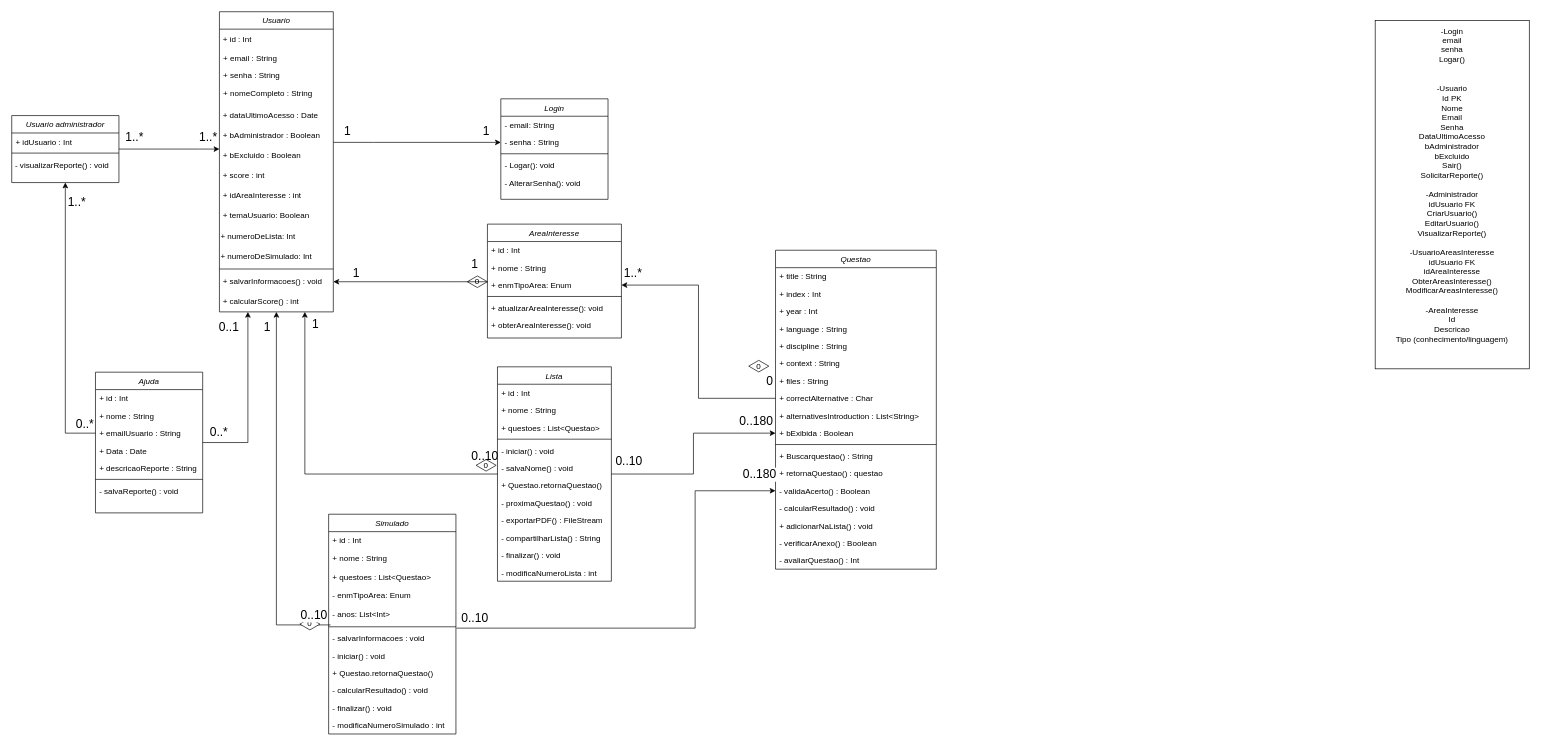
Earlier version of the draw.io diagram QENEM UML Diagram.drawio (augustorazani/QENEM-UML-Diagram). Source tidied: cells renumbered, new cells numbered last; positions are measured from the earlier drawing's top-left corner, leaving out a move shared by most shapes. Both pictures are drawn from the tidied source at 67%, with x=0, y=0 at pixel (11, 11).
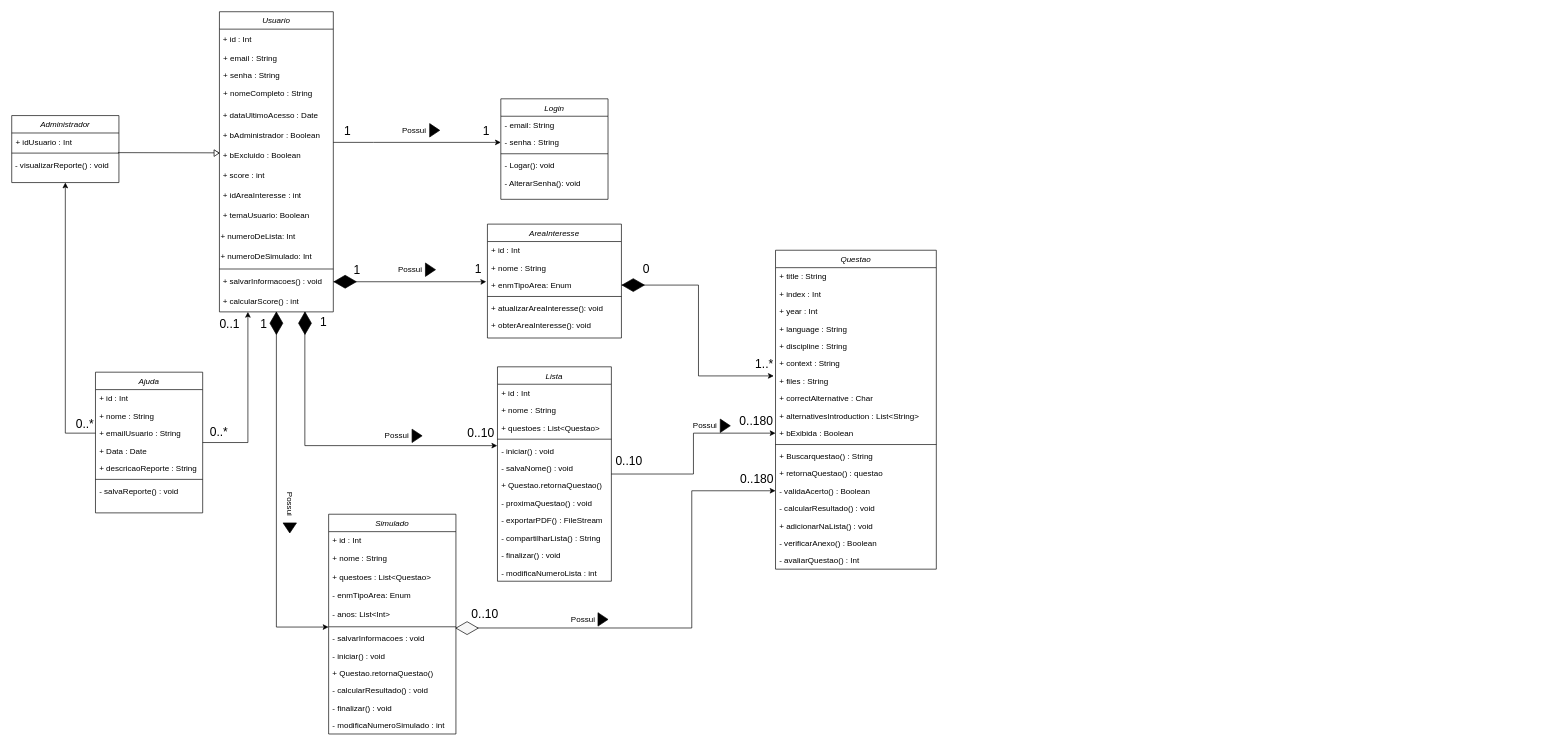
After the change.

The change refers to these unchanged cells:
```xml
<mxCell id="11" value="&amp;nbsp;+ bExcluido : Boolean" style="text;html=1;align=left;verticalAlign=middle;whiteSpace=wrap;rounded=0;" parent="4" vertex="1">
  <mxGeometry y="200" width="170" height="30" as="geometry" />
</mxCell>
<mxCell id="18" value="&amp;nbsp;+ salvarInformacoes() : void" style="text;strokeColor=none;align=left;fillColor=none;html=1;verticalAlign=middle;whiteSpace=wrap;rounded=0;" parent="4" vertex="1">
  <mxGeometry y="388" width="170" height="30" as="geometry" />
</mxCell>
<mxCell id="19" value="&amp;nbsp;+ calcularScore() : int" style="text;strokeColor=none;align=left;fillColor=none;html=1;verticalAlign=middle;whiteSpace=wrap;rounded=0;" parent="4" vertex="1">
  <mxGeometry y="418" width="170" height="30" as="geometry" />
</mxCell>
<mxCell id="30" style="line;html=1;strokeWidth=1;align=left;verticalAlign=middle;spacingTop=-1;spacingLeft=3;spacingRight=3;labelPosition=right;points=[];portConstraint=eastwest;" parent="28" vertex="1">
  <mxGeometry y="52" width="160" height="8" as="geometry" />
</mxCell>
<mxCell id="38" value="Lista" style="swimlane;fontStyle=2;align=center;verticalAlign=top;horizontal=1;startSize=26;rounded=0;shadow=0;strokeWidth=1;" parent="1" vertex="1">
  <mxGeometry x="725" y="530" width="170" height="320" as="geometry" />
</mxCell>
<mxCell id="43" value="- iniciar() : void" style="text;align=left;verticalAlign=top;spacingLeft=4;spacingRight=4;overflow=hidden;points=[[0,0.5],[1,0.5]];portConstraint=eastwest;" parent="38" vertex="1">
  <mxGeometry y="112" width="170" height="26" as="geometry" />
</mxCell>
<mxCell id="58" value="- anos: List&lt;Int&gt;" style="text;align=left;verticalAlign=top;spacingLeft=4;spacingRight=4;overflow=hidden;points=[[0,0.5],[1,0.5]];portConstraint=eastwest;rounded=0;shadow=0;html=0;" parent="53" vertex="1">
  <mxGeometry y="136" width="190" height="28" as="geometry" />
</mxCell>
<mxCell id="60" value="- salvarInformacoes : void" style="text;align=left;verticalAlign=top;spacingLeft=4;spacingRight=4;overflow=hidden;points=[[0,0.5],[1,0.5]];portConstraint=eastwest;" parent="53" vertex="1">
  <mxGeometry y="172" width="190" height="26" as="geometry" />
</mxCell>
<mxCell id="73" value="+ files : String" style="text;align=left;verticalAlign=top;spacingLeft=4;spacingRight=4;overflow=hidden;points=[[0,0.5],[1,0.5]];portConstraint=eastwest;rounded=0;shadow=0;html=0;" parent="66" vertex="1">
  <mxGeometry y="182" width="240" height="26" as="geometry" />
</mxCell>
<mxCell id="74" value="+ correctAlternative : Char" style="text;align=left;verticalAlign=top;spacingLeft=4;spacingRight=4;overflow=hidden;points=[[0,0.5],[1,0.5]];portConstraint=eastwest;rounded=0;shadow=0;html=0;" parent="66" vertex="1">
  <mxGeometry y="208" width="240" height="26" as="geometry" />
</mxCell>
<mxCell id="80" value="- validaAcerto() : Boolean" style="text;align=left;verticalAlign=top;spacingLeft=4;spacingRight=4;overflow=hidden;points=[[0,0.5],[1,0.5]];portConstraint=eastwest;" parent="66" vertex="1">
  <mxGeometry y="346" width="240" height="26" as="geometry" />
</mxCell>
<mxCell id="88" value="+ enmTipoArea: Enum" style="text;align=left;verticalAlign=top;spacingLeft=4;spacingRight=4;overflow=hidden;points=[[0,0.5],[1,0.5]];portConstraint=eastwest;rounded=0;shadow=0;html=0;" parent="85" vertex="1">
  <mxGeometry y="78" width="200" height="26" as="geometry" />
</mxCell>
```

Diff of the diagram source:
```diff
@@
-    <mxCell id="26" value="&lt;div&gt;-Login&lt;/div&gt;&lt;div&gt;email&lt;/div&gt;&lt;div&gt;senha&lt;/div&gt;&lt;div&gt;Logar()&lt;/div&gt;&lt;div&gt;&lt;br&gt;&lt;/div&gt;&lt;div&gt;&lt;br&gt;&lt;/div&gt;&lt;div&gt;-Usuario&lt;/div&gt;&lt;div&gt;Id PK&lt;/div&gt;&lt;div&gt;Nome&lt;/div&gt;&lt;div&gt;Email&lt;/div&gt;&lt;div&gt;Senha&lt;/div&gt;&lt;div&gt;DataUltimoAcesso&lt;/div&gt;&lt;div&gt;bAdministrador&lt;/div&gt;&lt;div&gt;bExcluido&lt;/div&gt;&lt;div&gt;Sair()&lt;/div&gt;&lt;div&gt;SolicitarReporte()&lt;/div&gt;&lt;div&gt;&lt;br&gt;&lt;/div&gt;&lt;div&gt;-Administrador&lt;/div&gt;&lt;div&gt;idUsuario FK&lt;/div&gt;&lt;div&gt;CriarUsuario()&lt;/div&gt;&lt;div&gt;EditarUsuario()&lt;/div&gt;&lt;div&gt;VisualizarReporte()&lt;/div&gt;&lt;div&gt;&lt;br&gt;&lt;/div&gt;&lt;div&gt;-UsuarioAreasInteresse&lt;/div&gt;&lt;div&gt;idUsuario FK&lt;/div&gt;&lt;div&gt;idAreaInteresse&lt;/div&gt;&lt;div&gt;ObterAreasInteresse()&lt;/div&gt;&lt;div&gt;ModificarAreasInteresse()&lt;/div&gt;&lt;div&gt;&lt;br&gt;&lt;/div&gt;&lt;div&gt;-AreaInteresse&lt;/div&gt;&lt;div&gt;Id&lt;/div&gt;&lt;div&gt;Descricao&lt;/div&gt;&lt;div&gt;Tipo (conhecimento/linguagem)&lt;/div&gt;&lt;div&gt;&lt;br&gt;&lt;/div&gt;&lt;div&gt;&lt;br&gt;&lt;/div&gt;" style="rounded=0;whiteSpace=wrap;html=1;" parent="1" vertex="1">
-      <mxGeometry x="2035" y="13" width="230" height="520" as="geometry" />
-    </mxCell>
-    <mxCell id="27" style="edgeStyle=orthogonalEdgeStyle;rounded=0;jettySize=auto;html=1;" parent="1" edge="1" source="28" target="11">
-      <mxGeometry relative="1" as="geometry">
-        <Array as="points">
-          <mxPoint x="280" y="205" />
-          <mxPoint x="280" y="205" />
-        </Array>
-      </mxGeometry>
-    </mxCell>
-    <mxCell id="28" value="Usuario administrador" style="swimlane;fontStyle=2;align=center;verticalAlign=top;horizontal=1;startSize=26;rounded=0;shadow=0;strokeWidth=1;" parent="1" vertex="1">
+    <mxCell id="28" value="Administrador" style="swimlane;fontStyle=2;align=center;verticalAlign=top;horizontal=1;startSize=26;rounded=0;shadow=0;strokeWidth=1;" parent="1" vertex="1">
       <mxGeometry y="155" width="160" height="100" as="geometry" />
     </mxCell>
@@
-    <mxCell id="32" style="edgeStyle=orthogonalEdgeStyle;rounded=0;jettySize=auto;html=1;entryX=0.75;entryY=1;entryDx=0;entryDy=0;" parent="1" edge="1" source="38" target="19">
-      <mxGeometry relative="1" as="geometry" />
-    </mxCell>
-    <mxCell id="33" value="&lt;font style=&quot;font-size: 18px;&quot;&gt;1&lt;/font&gt;" style="edgeLabel;html=1;align=center;verticalAlign=middle;" parent="32" vertex="1">
-      <mxGeometry x="0.94" relative="1" as="geometry">
-        <mxPoint x="15" y="2" as="offset" />
-      </mxGeometry>
-    </mxCell>
-    <mxCell id="34" value="&lt;font style=&quot;font-size: 18px;&quot;&gt;0..10&lt;/font&gt;" style="edgeLabel;html=1;align=center;verticalAlign=middle;" parent="32" vertex="1">
-      <mxGeometry x="-0.74" y="-1" relative="1" as="geometry">
-        <mxPoint x="49" y="-26" as="offset" />
-      </mxGeometry>
-    </mxCell>
@@
-    <mxCell id="51" style="edgeStyle=orthogonalEdgeStyle;rounded=0;jettySize=auto;html=1;entryX=0.5;entryY=1;entryDx=0;entryDy=0;exitX=0.015;exitY=1.043;exitDx=0;exitDy=0;exitPerimeter=0;" parent="1" edge="1" source="58" target="19">
+    <mxCell id="51" style="edgeStyle=orthogonalEdgeStyle;rounded=0;jettySize=auto;html=1;exitX=0.5;exitY=1;exitDx=0;exitDy=0;entryX=-0.001;entryY=1.157;entryDx=0;entryDy=0;entryPerimeter=0;" parent="1" edge="1" source="19" target="58">
       <mxGeometry relative="1" as="geometry" />
     </mxCell>
-    <mxCell id="52" style="edgeStyle=orthogonalEdgeStyle;rounded=0;jettySize=auto;html=1;entryX=0;entryY=0.5;entryDx=0;entryDy=0;exitX=1.004;exitY=-0.077;exitDx=0;exitDy=0;exitPerimeter=0;" parent="1" edge="1" source="60" target="80">
+    <mxCell id="52" style="edgeStyle=orthogonalEdgeStyle;rounded=0;jettySize=auto;html=1;exitX=0.999;exitY=-0.085;exitDx=0;exitDy=0;exitPerimeter=0;entryX=0;entryY=0.5;entryDx=0;entryDy=0;" parent="1" edge="1" source="60" target="80">
       <mxGeometry relative="1" as="geometry">
         <Array as="points">
-          <mxPoint x="1020" y="920" />
-          <mxPoint x="1020" y="715" />
+          <mxPoint x="1015" y="920" />
+          <mxPoint x="1015" y="715" />
         </Array>
       </mxGeometry>
     </mxCell>
@@
-    <mxCell id="102" style="edgeStyle=orthogonalEdgeStyle;rounded=0;jettySize=auto;html=1;entryX=1;entryY=0.5;entryDx=0;entryDy=0;" parent="1" edge="1" source="74" target="88">
-      <mxGeometry relative="1" as="geometry" />
+    <mxCell id="102" style="edgeStyle=orthogonalEdgeStyle;rounded=0;jettySize=auto;html=1;exitX=1;exitY=0.5;exitDx=0;exitDy=0;entryX=-0.011;entryY=0.214;entryDx=0;entryDy=0;entryPerimeter=0;" parent="1" edge="1" source="88" target="73">
+      <mxGeometry relative="1" as="geometry">
+        <Array as="points">
+          <mxPoint x="1025" y="408" />
+          <mxPoint x="1025" y="544" />
+        </Array>
+      </mxGeometry>
     </mxCell>
     <mxCell id="103" value="&lt;font style=&quot;font-size: 18px;&quot;&gt;0&lt;/font&gt;" style="edgeLabel;html=1;align=center;verticalAlign=middle;" parent="102" vertex="1">
       <mxGeometry x="-0.88" y="2" relative="1" as="geometry">
-        <mxPoint x="14" y="-28" as="offset" />
+        <mxPoint x="14" y="-23" as="offset" />
       </mxGeometry>
     </mxCell>
     <mxCell id="104" value="&lt;font style=&quot;font-size: 18px;&quot;&gt;1..*&lt;/font&gt;" style="edgeLabel;html=1;align=center;verticalAlign=middle;" parent="102" vertex="1">
       <mxGeometry x="0.94" y="-2" relative="1" as="geometry">
-        <mxPoint x="4" y="-17" as="offset" />
+        <mxPoint x="-4" y="-20" as="offset" />
       </mxGeometry>
     </mxCell>
-    <mxCell id="105" value="0" style="html=1;whiteSpace=wrap;shape=isoRectangle;fillColor=light-dark(#FFFFFF,#FFFFFF);" parent="1" vertex="1">
-      <mxGeometry x="1100" y="520" width="30" height="18" as="geometry" />
-    </mxCell>
-    <mxCell id="106" style="group;" parent="1" vertex="1">
-      <mxGeometry x="680" y="394" width="30" height="18" as="geometry" />
-    </mxCell>
-    <mxCell id="107" value="0" style="html=1;whiteSpace=wrap;shape=isoRectangle;fillColor=light-dark(#FFFFFF,#FFFFFF);" parent="106" vertex="1">
-      <mxGeometry width="30" height="18" as="geometry" />
-    </mxCell>
-    <mxCell id="108" style="edgeStyle=orthogonalEdgeStyle;rounded=0;jettySize=auto;html=1;entryX=1;entryY=0.5;entryDx=0;entryDy=0;" parent="1" edge="1" source="88" target="18">
+    <mxCell id="108" style="edgeStyle=orthogonalEdgeStyle;rounded=0;jettySize=auto;html=1;exitX=1;exitY=0.5;exitDx=0;exitDy=0;entryX=-0.009;entryY=0.3;entryDx=0;entryDy=0;entryPerimeter=0;" parent="1" edge="1" source="18" target="88">
       <mxGeometry relative="1" as="geometry">
         <Array as="points">
-          <mxPoint x="660" y="403" />
-          <mxPoint x="660" y="403" />
+          <mxPoint x="705" y="403" />
         </Array>
       </mxGeometry>
     </mxCell>
-    <mxCell id="109" value="&lt;font style=&quot;font-size: 18px;&quot;&gt;1..*&lt;/font&gt;" style="edgeLabel;html=1;align=center;verticalAlign=middle;" parent="108" vertex="1">
-      <mxGeometry x="0.89" y="-1" relative="1" as="geometry">
-        <mxPoint x="-397" y="-119" as="offset" />
-      </mxGeometry>
-    </mxCell>
     <mxCell id="110" value="&lt;font style=&quot;font-size: 18px;&quot;&gt;1&lt;/font&gt;" style="edgeLabel;html=1;align=center;verticalAlign=middle;" parent="108" vertex="1">
       <mxGeometry x="-0.7" y="-1" relative="1" as="geometry">
-        <mxPoint x="15" y="-26" as="offset" />
+        <mxPoint x="181" y="-21" as="offset" />
       </mxGeometry>
     </mxCell>
-    <mxCell id="111" style="group;" parent="1" vertex="1">
-      <mxGeometry x="693" y="668" width="30" height="18" as="geometry" />
-    </mxCell>
-    <mxCell id="112" value="0" style="html=1;whiteSpace=wrap;shape=isoRectangle;fillColor=light-dark(#FFFFFF,#FFFFFF);" parent="111" vertex="1">
-      <mxGeometry width="30" height="18" as="geometry" />
-    </mxCell>
-    <mxCell id="113" style="group;" parent="1" vertex="1">
-      <mxGeometry x="430" y="905" width="30" height="18" as="geometry" />
-    </mxCell>
-    <mxCell id="114" value="0" style="html=1;whiteSpace=wrap;shape=isoRectangle;fillColor=light-dark(#FFFFFF,#FFFFFF);" parent="113" vertex="1">
-      <mxGeometry width="30" height="18" as="geometry" />
-    </mxCell>
-    <mxCell id="115" value="&lt;font style=&quot;font-size: 18px;&quot;&gt;0..10&lt;/font&gt;" style="edgeLabel;html=1;align=center;verticalAlign=middle;" parent="113" vertex="1">
-      <mxGeometry x="20" y="-5" as="geometry" />
-    </mxCell>
     <mxCell id="116" value="&lt;font style=&quot;font-size: 18px;&quot;&gt;1&lt;/font&gt;" style="edgeLabel;html=1;align=center;verticalAlign=middle;" parent="1" vertex="1">
-      <mxGeometry x="380" y="470" as="geometry" />
+      <mxGeometry x="375" y="465" as="geometry" />
     </mxCell>
     <mxCell id="117" value="&lt;font style=&quot;font-size: 18px;&quot;&gt;0..180&lt;/font&gt;" style="edgeLabel;html=1;align=center;verticalAlign=middle;" parent="1" vertex="1">
-      <mxGeometry x="1115" y="690" as="geometry" />
+      <mxGeometry x="1111" y="697" as="geometry" />
     </mxCell>
     <mxCell id="118" value="&lt;font style=&quot;font-size: 18px;&quot;&gt;0..10&lt;/font&gt;" style="edgeLabel;html=1;align=center;verticalAlign=middle;" parent="1" vertex="1">
-      <mxGeometry x="690" y="905" as="geometry" />
+      <mxGeometry x="705" y="898" as="geometry" />
     </mxCell>
@@
     <mxCell id="120" value="&lt;font style=&quot;font-size: 18px;&quot;&gt;1&lt;/font&gt;" style="edgeLabel;html=1;align=center;verticalAlign=middle;" parent="1" vertex="1">
-      <mxGeometry x="513" y="390" as="geometry" />
+      <mxGeometry x="514.3" y="385" as="geometry" />
     </mxCell>
     <mxCell id="121" value="&lt;font style=&quot;font-size: 18px;&quot;&gt;0..1&lt;/font&gt;" style="edgeLabel;html=1;align=center;verticalAlign=middle;" parent="1" vertex="1">
-      <mxGeometry x="513" y="403" as="geometry">
+      <mxGeometry x="514.3" y="398" as="geometry">
         <mxPoint x="-190" y="67" as="offset" />
       </mxGeometry>
     </mxCell>
@@
-    <mxCell id="124" value="&lt;font style=&quot;font-size: 18px;&quot;&gt;1..*&lt;/font&gt;" style="edgeLabel;html=1;align=center;verticalAlign=middle;" parent="1" vertex="1">
-      <mxGeometry x="105" y="293" as="geometry">
-        <mxPoint x="77" y="-106" as="offset" />
-      </mxGeometry>
-    </mxCell>
-    <mxCell id="125" value="&lt;font style=&quot;font-size: 18px;&quot;&gt;1..*&lt;/font&gt;" style="edgeLabel;html=1;align=center;verticalAlign=middle;" parent="1" vertex="1">
-      <mxGeometry x="215" y="293" as="geometry">
-        <mxPoint x="77" y="-106" as="offset" />
-      </mxGeometry>
-    </mxCell>
+    <mxCell id="126" style="endArrow=classic;html=1;rounded=0;exitX=0.992;exitY=0.413;exitDx=0;exitDy=0;exitPerimeter=0;entryX=0.003;entryY=0.354;entryDx=0;entryDy=0;entryPerimeter=0;strokeColor=light-dark(#000000,#FFFFFF);" parent="1" edge="1" source="30" target="11">
+      <mxGeometry relative="1" as="geometry" />
+    </mxCell>
+    <mxCell id="127" style="triangle;whiteSpace=wrap;html=1;fillColor=light-dark(#FFFFFF,#FFFFFF);" parent="1" vertex="1">
+      <mxGeometry x="302" y="206" width="7.5" height="10" as="geometry" />
+    </mxCell>
+    <mxCell id="128" style="html=1;whiteSpace=wrap;shape=isoRectangle;strokeColor=light-dark(#000000,#000000);fillColor=light-dark(#000000,#000000);" parent="1" vertex="1">
+      <mxGeometry x="481" y="393" width="33.3" height="20" as="geometry" />
+    </mxCell>
+    <mxCell id="32" style="edgeStyle=orthogonalEdgeStyle;rounded=0;jettySize=auto;html=1;exitX=0.75;exitY=1;exitDx=0;exitDy=0;entryX=-0.002;entryY=0.217;entryDx=0;entryDy=0;entryPerimeter=0;" parent="1" edge="1" source="19" target="43">
+      <mxGeometry relative="1" as="geometry" />
+    </mxCell>
+    <mxCell id="33" value="&lt;font style=&quot;font-size: 18px;&quot;&gt;1&lt;/font&gt;" style="edgeLabel;html=1;align=center;verticalAlign=middle;" parent="32" vertex="1">
+      <mxGeometry x="0.94" relative="1" as="geometry">
+        <mxPoint x="-245" y="-185" as="offset" />
+      </mxGeometry>
+    </mxCell>
+    <mxCell id="34" value="&lt;font style=&quot;font-size: 18px;&quot;&gt;0..10&lt;/font&gt;" style="edgeLabel;html=1;align=center;verticalAlign=middle;" parent="32" vertex="1">
+      <mxGeometry x="-0.74" y="-1" relative="1" as="geometry">
+        <mxPoint x="263" y="117" as="offset" />
+      </mxGeometry>
+    </mxCell>
+    <mxCell id="129" style="html=1;whiteSpace=wrap;shape=isoRectangle;strokeColor=light-dark(#000000,#000000);fillColor=light-dark(#000000,#000000);direction=south;" parent="1" vertex="1">
+      <mxGeometry x="427.7" y="448.3" width="20" height="33.3" as="geometry" />
+    </mxCell>
+    <mxCell id="130" style="html=1;whiteSpace=wrap;shape=isoRectangle;strokeColor=light-dark(#000000,#000000);fillColor=light-dark(#000000,#000000);direction=south;" parent="1" vertex="1">
+      <mxGeometry x="385" y="448.3" width="20" height="33.3" as="geometry" />
+    </mxCell>
+    <mxCell id="131" style="html=1;whiteSpace=wrap;shape=isoRectangle;strokeColor=light-dark(#000000,#000000);fillColor=light-dark(#000000,#000000);" parent="1" vertex="1">
+      <mxGeometry x="911" y="398" width="33.3" height="20" as="geometry" />
+    </mxCell>
+    <mxCell id="132" style="triangle;whiteSpace=wrap;html=1;fillColor=#000000;" parent="1" vertex="1">
+      <mxGeometry x="617.5" y="375" width="15" height="20" as="geometry" />
+    </mxCell>
+    <mxCell id="133" value="Possui" style="text;html=1;align=center;verticalAlign=middle;whiteSpace=wrap;rounded=0;" parent="1" vertex="1">
+      <mxGeometry x="565" y="370" width="60" height="30" as="geometry" />
+    </mxCell>
+    <mxCell id="134" style="triangle;whiteSpace=wrap;html=1;fillColor=#000000;" parent="1" vertex="1">
+      <mxGeometry x="597.5" y="623" width="15" height="20" as="geometry" />
+    </mxCell>
+    <mxCell id="135" value="Possui" style="text;html=1;align=center;verticalAlign=middle;whiteSpace=wrap;rounded=0;" parent="1" vertex="1">
+      <mxGeometry x="545" y="618" width="60" height="30" as="geometry" />
+    </mxCell>
+    <mxCell id="136" style="triangle;whiteSpace=wrap;html=1;fillColor=#000000;direction=south;" parent="1" vertex="1">
+      <mxGeometry x="405" y="763" width="20" height="15" as="geometry" />
+    </mxCell>
+    <mxCell id="137" value="Possui" style="text;html=1;align=center;verticalAlign=middle;whiteSpace=wrap;rounded=0;rotation=90;" parent="1" vertex="1">
+      <mxGeometry x="385" y="720" width="60" height="30" as="geometry" />
+    </mxCell>
+    <mxCell id="138" style="triangle;whiteSpace=wrap;html=1;fillColor=#000000;" parent="1" vertex="1">
+      <mxGeometry x="875" y="897" width="15" height="20" as="geometry" />
+    </mxCell>
+    <mxCell id="139" value="Possui" style="text;html=1;align=center;verticalAlign=middle;whiteSpace=wrap;rounded=0;" parent="1" vertex="1">
+      <mxGeometry x="822.5" y="892" width="60" height="30" as="geometry" />
+    </mxCell>
+    <mxCell id="140" style="triangle;whiteSpace=wrap;html=1;fillColor=#000000;" parent="1" vertex="1">
+      <mxGeometry x="1057.5" y="608" width="15" height="20" as="geometry" />
+    </mxCell>
+    <mxCell id="141" value="Possui" style="text;html=1;align=center;verticalAlign=middle;whiteSpace=wrap;rounded=0;" parent="1" vertex="1">
+      <mxGeometry x="1005" y="603" width="60" height="30" as="geometry" />
+    </mxCell>
+    <mxCell id="142" style="triangle;whiteSpace=wrap;html=1;fillColor=#000000;" parent="1" vertex="1">
+      <mxGeometry x="623.8" y="167" width="15" height="20" as="geometry" />
+    </mxCell>
+    <mxCell id="143" value="Possui" style="text;html=1;align=center;verticalAlign=middle;whiteSpace=wrap;rounded=0;" parent="1" vertex="1">
+      <mxGeometry x="571.2" y="162" width="60" height="30" as="geometry" />
+    </mxCell>
+    <mxCell id="144" style="html=1;whiteSpace=wrap;shape=isoRectangle;strokeColor=light-dark(#000000,#000000);fillColor=light-dark(#F7F7F7,#000000);" parent="1" vertex="1">
+      <mxGeometry x="663" y="910" width="33.3" height="20" as="geometry" />
+    </mxCell>
```
